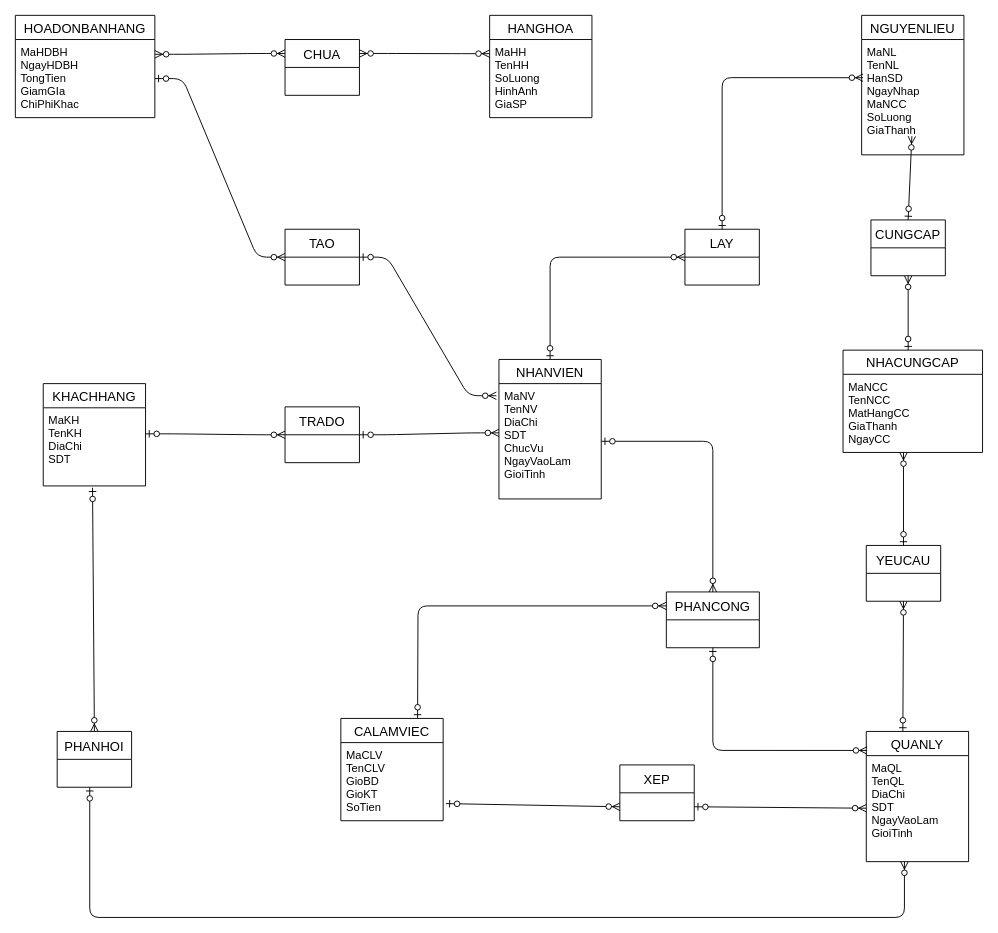
Earlier version of the draw.io diagram Untitled Diagram.drawio (nhungkchy/hihi). Source tidied: cells renumbered, new cells numbered last; positions are measured from the earlier drawing's top-left corner, leaving out a move shared by most shapes. Both pictures are drawn from the tidied source at 93%, with x=0, y=0 at pixel (15, 15).
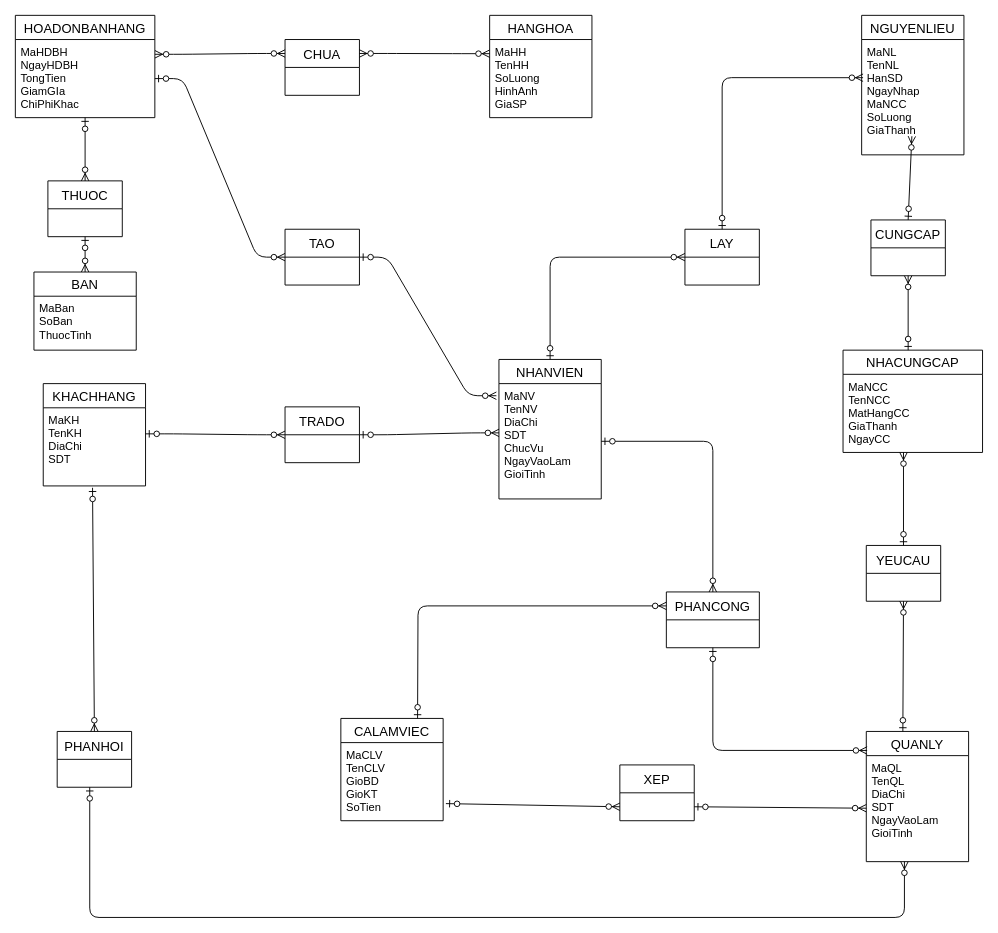
The same page after the edit.

Unchanged cells that the change refers to:
```xml
<mxCell id="6" value="MaHDBH&#10;NgayHDBH&#10;TongTien&#10;GiamGIa&#10;ChiPhiKhac" style="text;strokeColor=none;fillColor=none;spacingLeft=4;spacingRight=4;overflow=hidden;points=[[0,0.5],[1,0.5]];portConstraint=eastwest;fontSize=12;" parent="5" vertex="1">
  <mxGeometry y="26" width="150" height="84" as="geometry" />
</mxCell>
```

Diff of the diagram source:
```diff
@@
+    <mxCell id="46" value="THUOC" style="swimlane;fontStyle=0;horizontal=1;startSize=30;align=center;fontSize=14;" parent="1" vertex="1">
+      <mxGeometry x="35" y="178" width="80" height="60" as="geometry" />
+    </mxCell>
+    <mxCell id="47" value="BAN" style="swimlane;fontStyle=0;horizontal=1;startSize=26;align=center;fontSize=14;" parent="1" vertex="1">
+      <mxGeometry x="20" y="276" width="110" height="84" as="geometry" />
+    </mxCell>
+    <mxCell id="48" value="MaBan&#10;SoBan&#10;ThuocTinh" style="text;strokeColor=none;fillColor=none;spacingLeft=4;spacingRight=4;overflow=hidden;fontSize=12;" parent="47" vertex="1">
+      <mxGeometry y="26" width="110" height="58" as="geometry" />
+    </mxCell>
+    <mxCell id="49" style="fontSize=12;html=1;endArrow=ERzeroToMany;startArrow=ERzeroToOne;entryX=0.5;entryY=0;entryDx=0;entryDy=0;" parent="1" edge="1" source="6" target="46">
+      <mxGeometry relative="1" as="geometry" />
+    </mxCell>
+    <mxCell id="50" style="edgeStyle=none;rounded=0;orthogonalLoop=1;jettySize=auto;html=1;exitX=0.75;exitY=0;exitDx=0;exitDy=0;" parent="1" edge="1" source="47" target="47">
+      <mxGeometry relative="1" as="geometry" />
+    </mxCell>
+    <mxCell id="51" style="fontSize=12;html=1;endArrow=ERzeroToMany;startArrow=ERzeroToOne;exitX=0.5;exitY=1;exitDx=0;exitDy=0;entryX=0.5;entryY=0;entryDx=0;entryDy=0;" parent="1" edge="1" source="46" target="47">
+      <mxGeometry relative="1" as="geometry" />
+    </mxCell>
```
